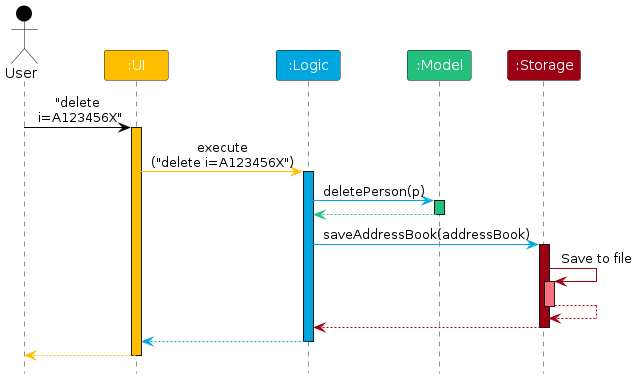
The PlantUML diagram diagrams/ArchitectureSequenceDiagram.png in AY2526S2-CS2103T-T15-1/tp, before a commit. Its source is kept beside it as diagrams/ArchitectureSequenceDiagram.puml. Source of this version:
```plantuml
@startuml
!include style.puml
skinparam ArrowFontStyle plain

Actor User as user USER_COLOR
Participant ":UI" as ui UI_COLOR
Participant ":Logic" as logic LOGIC_COLOR
Participant ":Model" as model MODEL_COLOR
Participant ":Storage" as storage STORAGE_COLOR

user -[USER_COLOR]> ui : "delete\n i=A123456X"
activate ui UI_COLOR

ui -[UI_COLOR]> logic : execute\n("delete i=A123456X")
activate logic LOGIC_COLOR

logic -[LOGIC_COLOR]> model : deletePerson(p)
activate model MODEL_COLOR

model -[MODEL_COLOR]-> logic
deactivate model

logic -[LOGIC_COLOR]> storage : saveAddressBook(addressBook)
activate storage STORAGE_COLOR

storage -[STORAGE_COLOR]> storage : Save to file
activate storage STORAGE_COLOR_T1
storage --[STORAGE_COLOR]> storage
deactivate storage

storage --[STORAGE_COLOR]> logic
deactivate storage

logic --[LOGIC_COLOR]> ui
deactivate logic

ui--[UI_COLOR]> user
deactivate ui
@enduml
```
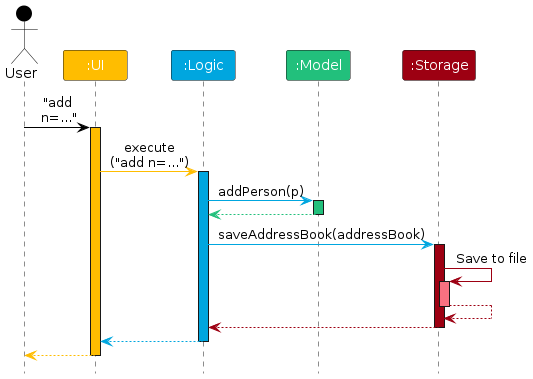
Above is the later version.

Change to the diagram source:
```diff
@@ -8,13 +8,13 @@
 Participant ":Model" as model MODEL_COLOR
 Participant ":Storage" as storage STORAGE_COLOR
 
-user -[USER_COLOR]> ui : "delete\n i=A123456X"
+user -[USER_COLOR]> ui : "add\n n=..."
 activate ui UI_COLOR
 
-ui -[UI_COLOR]> logic : execute\n("delete i=A123456X")
+ui -[UI_COLOR]> logic : execute\n("add n=...")
 activate logic LOGIC_COLOR
 
-logic -[LOGIC_COLOR]> model : deletePerson(p)
+logic -[LOGIC_COLOR]> model : addPerson(p)
 activate model MODEL_COLOR
 
 model -[MODEL_COLOR]-> logic
```
